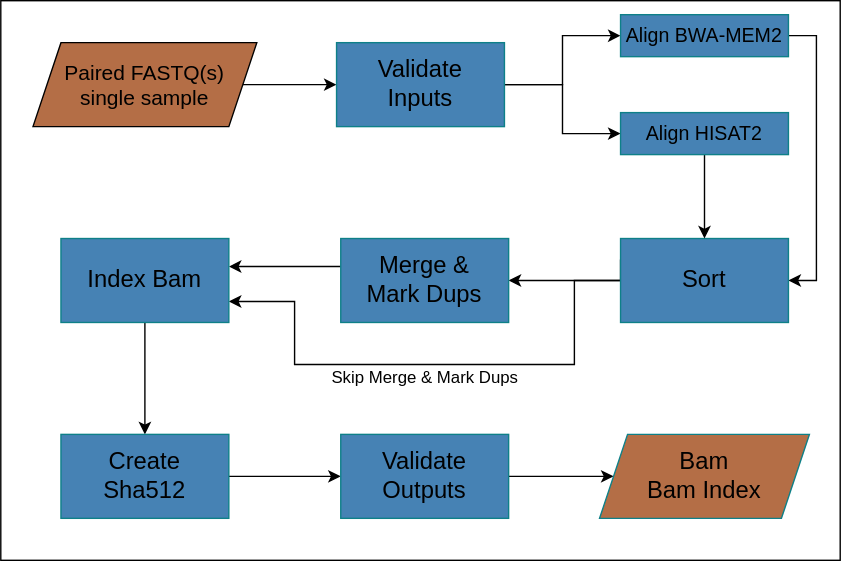
The draw.io diagram flowchart-diagram.drawio.svg in uclahs-cds/pipeline-align-DNA, before a commit. Source tidied: cells renumbered, new cells last; positions are measured from the earlier drawing's top-left corner, leaving out a move shared by most shapes.
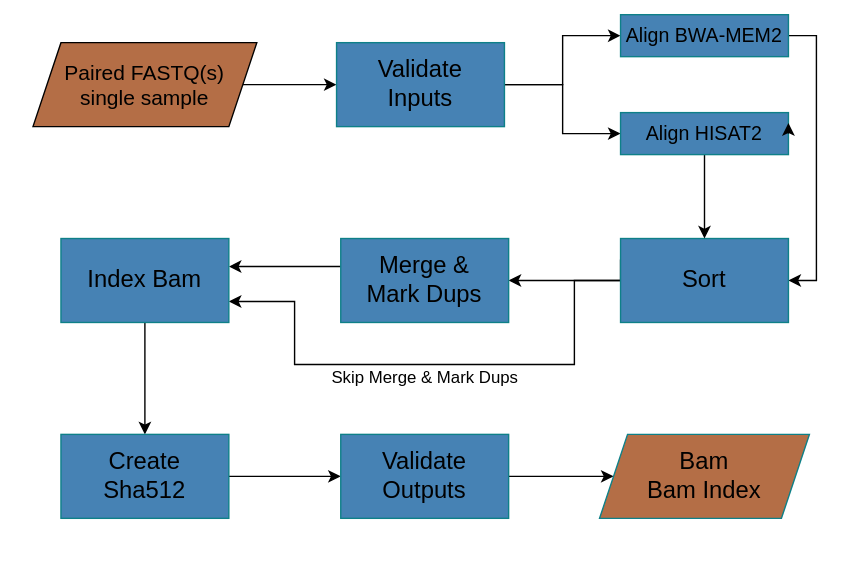
After the change.

Commit message:
tweaked flowchart background

What changed in the source:
```diff
@@ -2,7 +2,7 @@
   <root>
     <mxCell id="0" />
     <mxCell id="1" parent="0" />
-    <mxCell id="2" style="whiteSpace=wrap;html=1;" parent="1" vertex="1">
+    <mxCell id="2" style="whiteSpace=wrap;html=1;strokeColor=#FFFFFF;" parent="1" vertex="1">
       <mxGeometry width="600" height="400" as="geometry" />
     </mxCell>
     <mxCell id="3" style="edgeStyle=orthogonalEdgeStyle;rounded=0;jettySize=auto;html=1;labelBackgroundColor=#FFFFFF;labelBorderColor=#FFFFFF;fillColor=#f9f7ed;" parent="1" edge="1" source="4" target="7">
@@ -87,5 +87,8 @@
     <mxCell id="24" value="Skip Merge &amp;amp; Mark Dups" style="text;html=1;align=center;verticalAlign=middle;fillColor=none;strokeColor=none;rounded=0;" parent="1" vertex="1">
       <mxGeometry x="228" y="260" width="150" height="20" as="geometry" />
     </mxCell>
+    <mxCell id="25" style="edgeStyle=orthogonalEdgeStyle;rounded=0;orthogonalLoop=1;jettySize=auto;html=1;exitX=1;exitY=0.5;exitDx=0;exitDy=0;entryX=1;entryY=0.25;entryDx=0;entryDy=0;strokeColor=#000000;" parent="1" edge="1" source="23" target="23">
+      <mxGeometry relative="1" as="geometry" />
+    </mxCell>
   </root>
 </mxGraphModel>
```
